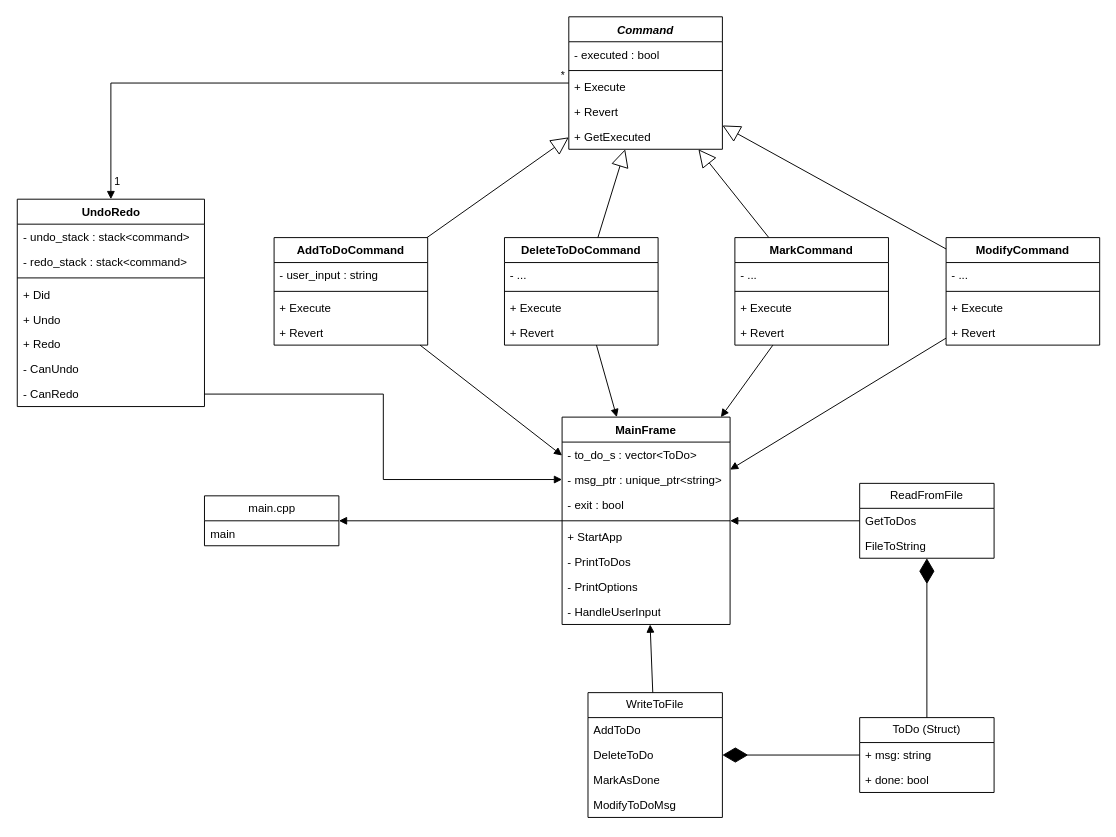
This is page "Class Diagram" (3 of 3) of uml_diagrams/ToDoListConsoleApplication.drawio from EvatsugDnalloR/ToDoListConsoleApplication, a draw.io file, before an edit. Source tidied: cells renumbered, new cells numbered last; positions are measured from the earlier drawing's top-left corner, leaving out a move shared by most shapes. Both pictures are drawn from the tidied source at 96%, with x=0, y=0 at pixel (16, 16).
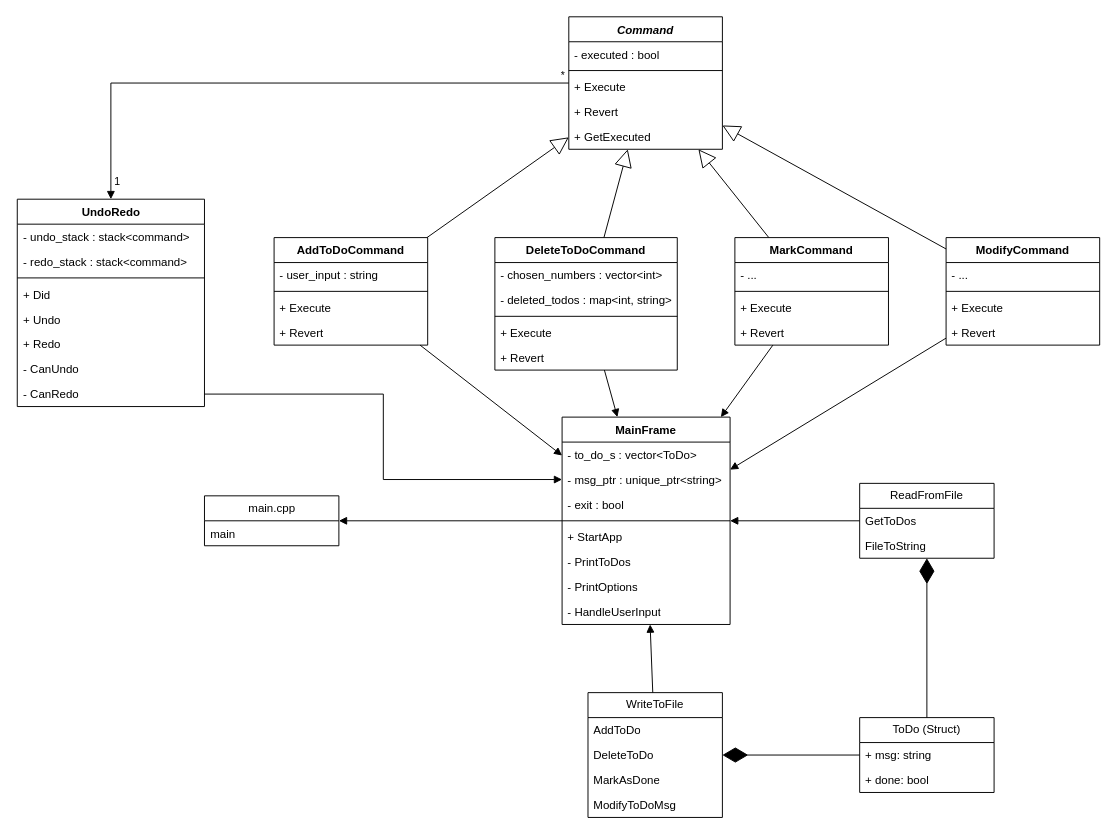
After the change.

Commit message (it also covers changes not shown here):
updated class diagram

What changed in the source:
```diff
@@
     <mxCell id="46" value="DeleteToDoCommand" style="swimlane;fontStyle=1;align=center;verticalAlign=top;horizontal=1;startSize=26;whiteSpace=wrap;html=1;" parent="1" vertex="1">
-      <mxGeometry x="508" y="230" width="160" height="112" as="geometry" />
+      <mxGeometry x="498" y="230" width="190" height="138" as="geometry" />
     </mxCell>
-    <mxCell id="47" value="- ..." style="text;strokeColor=none;fillColor=none;align=left;verticalAlign=top;spacingLeft=4;spacingRight=4;overflow=hidden;whiteSpace=wrap;html=1;" parent="46" vertex="1">
-      <mxGeometry y="26" width="160" height="26" as="geometry" />
+    <mxCell id="47" value="- chosen_numbers : vector&amp;lt;int&amp;gt;" style="text;strokeColor=none;fillColor=none;align=left;verticalAlign=top;spacingLeft=4;spacingRight=4;overflow=hidden;whiteSpace=wrap;html=1;" parent="46" vertex="1">
+      <mxGeometry y="26" width="190" height="26" as="geometry" />
     </mxCell>
+    <mxCell id="76" value="- deleted_todos : map&amp;lt;int, string&amp;gt;" style="text;strokeColor=none;fillColor=none;align=left;verticalAlign=top;spacingLeft=4;spacingRight=4;overflow=hidden;whiteSpace=wrap;html=1;" parent="46" vertex="1">
+      <mxGeometry y="52" width="190" height="26" as="geometry" />
+    </mxCell>
     <mxCell id="48" style="line;strokeWidth=1;fillColor=none;align=left;verticalAlign=middle;spacingTop=-1;spacingLeft=3;spacingRight=3;labelPosition=right;strokeColor=inherit;" parent="46" vertex="1">
-      <mxGeometry y="52" width="160" height="8" as="geometry" />
+      <mxGeometry y="78" width="190" height="8" as="geometry" />
     </mxCell>
     <mxCell id="49" value="+ Execute" style="text;strokeColor=none;fillColor=none;align=left;verticalAlign=top;spacingLeft=4;spacingRight=4;overflow=hidden;whiteSpace=wrap;html=1;" parent="46" vertex="1">
-      <mxGeometry y="60" width="160" height="26" as="geometry" />
+      <mxGeometry y="86" width="190" height="26" as="geometry" />
     </mxCell>
     <mxCell id="50" value="+ Revert" style="text;strokeColor=none;fillColor=none;align=left;verticalAlign=top;spacingLeft=4;spacingRight=4;overflow=hidden;whiteSpace=wrap;html=1;" parent="46" vertex="1">
-      <mxGeometry y="86" width="160" height="26" as="geometry" />
+      <mxGeometry y="112" width="190" height="26" as="geometry" />
     </mxCell>
```
